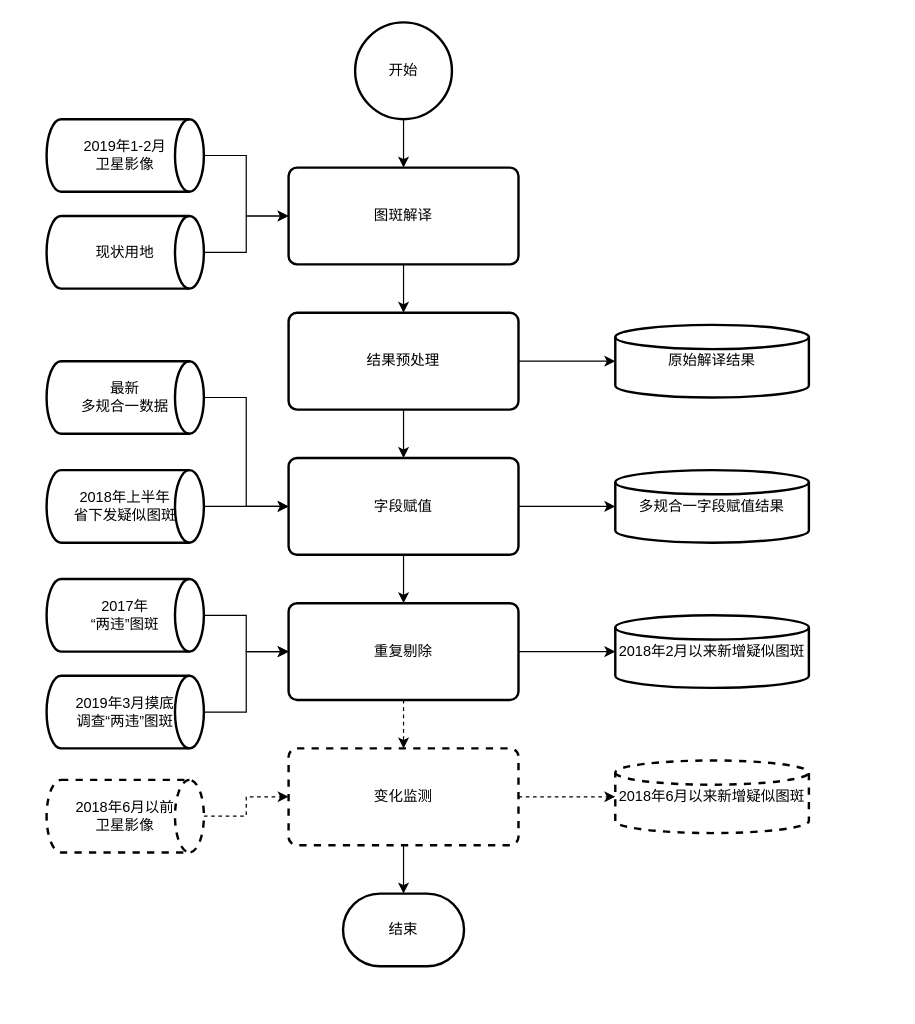
Before: 两违项目遥感产品生产流程.drawio in dorbodwolf/graphs_from_draw.io, a draw.io diagram. Source tidied: cells renumbered, new cells numbered last; positions are measured from the earlier drawing's top-left corner, leaving out a move shared by most shapes. Both pictures are drawn from the tidied source at 121%, with x=0, y=0 at pixel (46, 22).
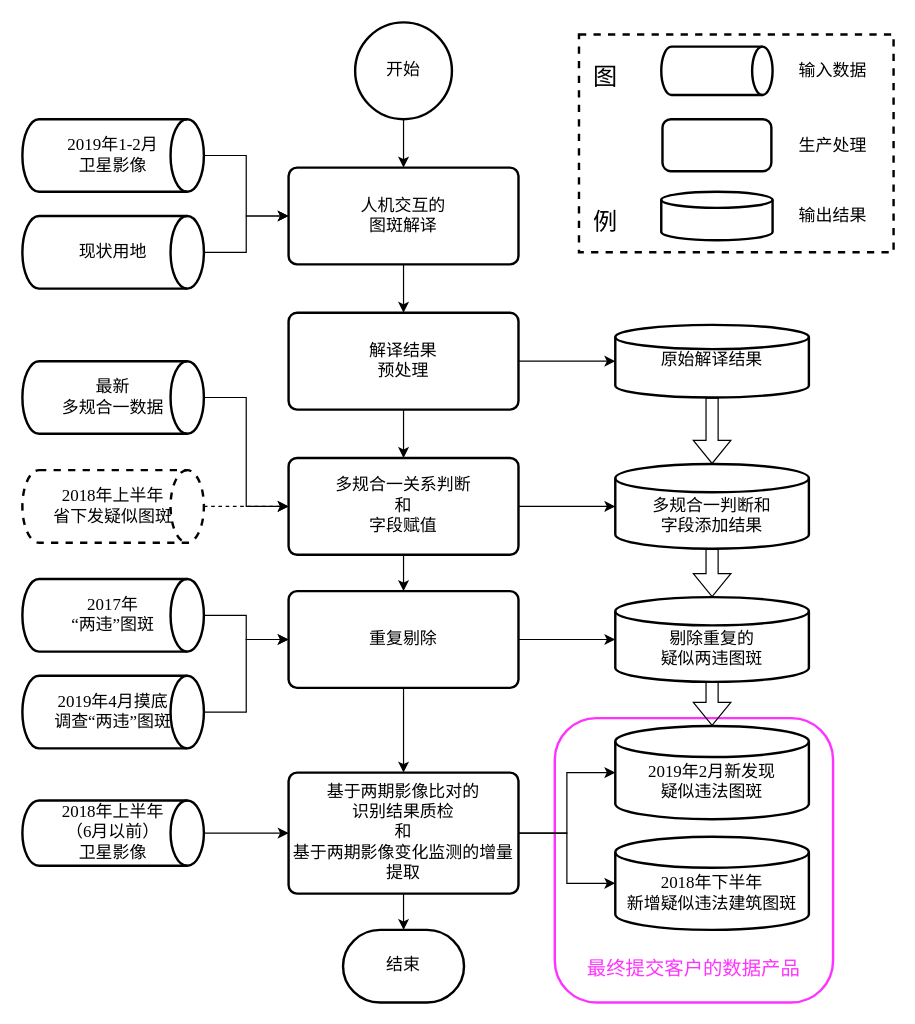
After the change.

Commit message:
Update 两违项目遥感产品生产流程.drawio

The edit, as a diff of the source:
```diff
@@
+    <mxCell id="37" value="&lt;font style=&quot;font-size: 16px&quot; color=&quot;#ff33ff&quot;&gt;&lt;br&gt;&lt;br&gt;&lt;br&gt;&lt;br&gt;&lt;br&gt;&lt;br&gt;&lt;br&gt;&lt;br&gt;&lt;br&gt;最终提交客户的数据产品&lt;/font&gt;" style="rounded=1;whiteSpace=wrap;html=1;fontFamily=Times New Roman;fontSize=14;fillColor=none;strokeColor=#FF33FF;strokeWidth=2;" parent="1" vertex="1">
+      <mxGeometry x="420" y="575" width="230" height="235" as="geometry" />
+    </mxCell>
+    <mxCell id="38" style="rounded=0;whiteSpace=wrap;html=1;strokeWidth=2;fontFamily=Times New Roman;fontSize=14;dashed=1;" parent="1" vertex="1">
+      <mxGeometry x="440" y="10" width="260" height="180" as="geometry" />
+    </mxCell>
-    <mxCell id="2" style="edgeStyle=orthogonalEdgeStyle;rounded=0;jettySize=auto;html=1;" parent="1" edge="1" source="3" target="6">
+    <mxCell id="2" style="edgeStyle=orthogonalEdgeStyle;rounded=0;jettySize=auto;html=1;fontFamily=Times New Roman;fontSize=14;" parent="1" edge="1" source="3" target="6">
       <mxGeometry relative="1" as="geometry" />
     </mxCell>
-    <mxCell id="3" value="图斑解译" style="rounded=1;whiteSpace=wrap;html=1;absoluteArcSize=1;arcSize=14;strokeWidth=2;" parent="1" vertex="1">
+    <mxCell id="3" value="人机交互的&lt;br style=&quot;font-size: 14px;&quot;&gt;图斑解译" style="rounded=1;whiteSpace=wrap;html=1;absoluteArcSize=1;arcSize=14;strokeWidth=2;fontFamily=Times New Roman;fontSize=14;" parent="1" vertex="1">
       <mxGeometry x="200" y="120" width="190" height="80" as="geometry" />
     </mxCell>
-    <mxCell id="4" style="edgeStyle=orthogonalEdgeStyle;rounded=0;jettySize=auto;html=1;" parent="1" edge="1" source="6" target="9">
+    <mxCell id="4" style="edgeStyle=orthogonalEdgeStyle;rounded=0;jettySize=auto;html=1;fontFamily=Times New Roman;fontSize=14;" parent="1" edge="1" source="6" target="9">
       <mxGeometry relative="1" as="geometry" />
     </mxCell>
-    <mxCell id="5" style="edgeStyle=orthogonalEdgeStyle;rounded=0;jettySize=auto;html=1;exitX=1;exitY=0.5;exitDx=0;exitDy=0;entryX=0;entryY=0.5;entryDx=0;entryDy=0;entryPerimeter=0;" parent="1" edge="1" source="6" target="30">
+    <mxCell id="5" style="edgeStyle=orthogonalEdgeStyle;rounded=0;jettySize=auto;html=1;exitX=1;exitY=0.5;exitDx=0;exitDy=0;entryX=0;entryY=0.5;entryDx=0;entryDy=0;entryPerimeter=0;fontFamily=Times New Roman;fontSize=14;" parent="1" edge="1" source="6" target="30">
       <mxGeometry relative="1" as="geometry" />
     </mxCell>
-    <mxCell id="6" value="结果预处理" style="rounded=1;whiteSpace=wrap;html=1;absoluteArcSize=1;arcSize=14;strokeWidth=2;" parent="1" vertex="1">
+    <mxCell id="6" value="解译结果&lt;br style=&quot;font-size: 14px;&quot;&gt;预处理" style="rounded=1;whiteSpace=wrap;html=1;absoluteArcSize=1;arcSize=14;strokeWidth=2;fontFamily=Times New Roman;fontSize=14;" parent="1" vertex="1">
       <mxGeometry x="200" y="240" width="190" height="80" as="geometry" />
     </mxCell>
-    <mxCell id="7" style="edgeStyle=orthogonalEdgeStyle;rounded=0;jettySize=auto;html=1;" parent="1" edge="1" source="9" target="12">
+    <mxCell id="7" style="edgeStyle=orthogonalEdgeStyle;rounded=0;jettySize=auto;html=1;fontFamily=Times New Roman;fontSize=14;" parent="1" edge="1" source="9" target="12">
       <mxGeometry relative="1" as="geometry" />
     </mxCell>
-    <mxCell id="8" style="edgeStyle=orthogonalEdgeStyle;rounded=0;jettySize=auto;html=1;" parent="1" edge="1" source="9">
+    <mxCell id="8" style="edgeStyle=orthogonalEdgeStyle;rounded=0;jettySize=auto;html=1;fontFamily=Times New Roman;fontSize=14;" parent="1" edge="1" source="9">
       <mxGeometry relative="1" as="geometry">
         <mxPoint x="470" y="400" as="targetPoint" />
       </mxGeometry>
     </mxCell>
-    <mxCell id="9" value="字段赋值" style="rounded=1;whiteSpace=wrap;html=1;absoluteArcSize=1;arcSize=14;strokeWidth=2;" parent="1" vertex="1">
+    <mxCell id="9" value="多规合一关系判断&lt;br style=&quot;font-size: 14px;&quot;&gt;和&lt;br style=&quot;font-size: 14px;&quot;&gt;字段赋值" style="rounded=1;whiteSpace=wrap;html=1;absoluteArcSize=1;arcSize=14;strokeWidth=2;fontFamily=Times New Roman;fontSize=14;" parent="1" vertex="1">
       <mxGeometry x="200" y="360" width="190" height="80" as="geometry" />
     </mxCell>
-    <mxCell id="10" style="edgeStyle=orthogonalEdgeStyle;rounded=0;jettySize=auto;html=1;exitX=1;exitY=0.5;exitDx=0;exitDy=0;entryX=0;entryY=0.5;entryDx=0;entryDy=0;entryPerimeter=0;" parent="1" edge="1" source="12" target="31">
+    <mxCell id="10" style="edgeStyle=orthogonalEdgeStyle;rounded=0;jettySize=auto;html=1;exitX=1;exitY=0.5;exitDx=0;exitDy=0;entryX=0;entryY=0.5;entryDx=0;entryDy=0;entryPerimeter=0;fontFamily=Times New Roman;fontSize=14;" parent="1" edge="1" source="12" target="31">
       <mxGeometry relative="1" as="geometry" />
     </mxCell>
-    <mxCell id="11" style="edgeStyle=orthogonalEdgeStyle;rounded=0;jettySize=auto;html=1;dashed=1;" parent="1" edge="1" source="12" target="15">
+    <mxCell id="11" style="edgeStyle=orthogonalEdgeStyle;rounded=0;jettySize=auto;html=1;fontFamily=Times New Roman;fontSize=14;" parent="1" edge="1" source="12" target="15">
       <mxGeometry relative="1" as="geometry" />
     </mxCell>
-    <mxCell id="12" value="重复剔除" style="rounded=1;whiteSpace=wrap;html=1;absoluteArcSize=1;arcSize=14;strokeWidth=2;" parent="1" vertex="1">
-      <mxGeometry x="200" y="480" width="190" height="80" as="geometry" />
+    <mxCell id="12" value="重复剔除" style="rounded=1;whiteSpace=wrap;html=1;absoluteArcSize=1;arcSize=14;strokeWidth=2;fontFamily=Times New Roman;fontSize=14;" parent="1" vertex="1">
+      <mxGeometry x="200" y="470" width="190" height="80" as="geometry" />
     </mxCell>
-    <mxCell id="13" style="edgeStyle=orthogonalEdgeStyle;rounded=0;jettySize=auto;html=1;dashed=1;" parent="1" edge="1" source="15">
-      <mxGeometry relative="1" as="geometry">
-        <mxPoint x="470" y="640" as="targetPoint" />
-      </mxGeometry>
-    </mxCell>
-    <mxCell id="14" style="edgeStyle=orthogonalEdgeStyle;rounded=0;jettySize=auto;html=1;exitX=0.5;exitY=1;exitDx=0;exitDy=0;entryX=0.5;entryY=0;entryDx=0;entryDy=0;entryPerimeter=0;" parent="1" edge="1" source="15" target="35">
+    <mxCell id="14" style="edgeStyle=orthogonalEdgeStyle;rounded=0;jettySize=auto;html=1;exitX=0.5;exitY=1;exitDx=0;exitDy=0;entryX=0.5;entryY=0;entryDx=0;entryDy=0;entryPerimeter=0;fontFamily=Times New Roman;fontSize=14;" parent="1" edge="1" source="15" target="35">
       <mxGeometry relative="1" as="geometry" />
     </mxCell>
+    <mxCell id="39" style="edgeStyle=orthogonalEdgeStyle;rounded=0;jettySize=auto;html=1;exitX=1;exitY=0.5;exitDx=0;exitDy=0;entryX=0;entryY=0.5;entryDx=0;entryDy=0;entryPerimeter=0;fontFamily=Times New Roman;fontSize=14;" parent="1" edge="1" source="15" target="34">
+      <mxGeometry relative="1" as="geometry" />
+    </mxCell>
+    <mxCell id="40" style="edgeStyle=orthogonalEdgeStyle;rounded=0;jettySize=auto;html=1;exitX=1;exitY=0.5;exitDx=0;exitDy=0;entryX=0;entryY=0.5;entryDx=0;entryDy=0;entryPerimeter=0;fontFamily=Times New Roman;fontSize=14;" parent="1" edge="1" source="15" target="44">
+      <mxGeometry relative="1" as="geometry" />
+    </mxCell>
-    <mxCell id="15" value="变化监测" style="rounded=1;whiteSpace=wrap;html=1;absoluteArcSize=1;arcSize=14;strokeWidth=2;dashed=1;" parent="1" vertex="1">
-      <mxGeometry x="200" y="600" width="190" height="80" as="geometry" />
+    <mxCell id="15" value="基于两期影像比对的&lt;br style=&quot;font-size: 14px&quot;&gt;识别结果质检&lt;br style=&quot;font-size: 14px&quot;&gt;和&lt;br style=&quot;font-size: 14px&quot;&gt;基于两期影像变化监测的增量提取&lt;br style=&quot;font-size: 14px&quot;&gt;" style="rounded=1;whiteSpace=wrap;html=1;absoluteArcSize=1;arcSize=14;strokeWidth=2;fontFamily=Times New Roman;fontSize=14;" parent="1" vertex="1">
+      <mxGeometry x="200" y="620" width="190" height="100" as="geometry" />
     </mxCell>
-    <mxCell id="16" style="edgeStyle=orthogonalEdgeStyle;rounded=0;jettySize=auto;html=1;exitX=1;exitY=0.5;exitDx=0;exitDy=0;exitPerimeter=0;entryX=0;entryY=0.5;entryDx=0;entryDy=0;" parent="1" edge="1" source="17" target="3">
+    <mxCell id="16" style="edgeStyle=orthogonalEdgeStyle;rounded=0;jettySize=auto;html=1;exitX=1;exitY=0.5;exitDx=0;exitDy=0;exitPerimeter=0;entryX=0;entryY=0.5;entryDx=0;entryDy=0;fontFamily=Times New Roman;fontSize=14;" parent="1" edge="1" source="17" target="3">
       <mxGeometry relative="1" as="geometry" />
     </mxCell>
-    <mxCell id="17" value="现状用地" style="strokeWidth=2;html=1;shape=mxgraph.flowchart.direct_data;whiteSpace=wrap;" parent="1" vertex="1">
-      <mxGeometry y="160" width="130" height="60" as="geometry" />
+    <mxCell id="17" value="现状用地" style="strokeWidth=2;html=1;shape=mxgraph.flowchart.direct_data;whiteSpace=wrap;fontFamily=Times New Roman;fontSize=14;" parent="1" vertex="1">
+      <mxGeometry x="-20" y="160" width="150" height="60" as="geometry" />
     </mxCell>
-    <mxCell id="18" style="edgeStyle=orthogonalEdgeStyle;rounded=0;jettySize=auto;html=1;exitX=1;exitY=0.5;exitDx=0;exitDy=0;exitPerimeter=0;" parent="1" edge="1" source="19" target="3">
+    <mxCell id="18" style="edgeStyle=orthogonalEdgeStyle;rounded=0;jettySize=auto;html=1;exitX=1;exitY=0.5;exitDx=0;exitDy=0;exitPerimeter=0;fontFamily=Times New Roman;fontSize=14;" parent="1" edge="1" source="19" target="3">
       <mxGeometry relative="1" as="geometry" />
     </mxCell>
-    <mxCell id="19" value="2019年1-2月&lt;br&gt;卫星影像" style="strokeWidth=2;html=1;shape=mxgraph.flowchart.direct_data;whiteSpace=wrap;" parent="1" vertex="1">
-      <mxGeometry y="80" width="130" height="60" as="geometry" />
+    <mxCell id="19" value="2019年1-2月&lt;br style=&quot;font-size: 14px;&quot;&gt;卫星影像" style="strokeWidth=2;html=1;shape=mxgraph.flowchart.direct_data;whiteSpace=wrap;fontFamily=Times New Roman;fontSize=14;" parent="1" vertex="1">
+      <mxGeometry x="-20" y="80" width="150" height="60" as="geometry" />
     </mxCell>
-    <mxCell id="20" style="edgeStyle=orthogonalEdgeStyle;rounded=0;jettySize=auto;html=1;exitX=1;exitY=0.5;exitDx=0;exitDy=0;exitPerimeter=0;entryX=0;entryY=0.5;entryDx=0;entryDy=0;" parent="1" edge="1" source="21" target="9">
+    <mxCell id="20" style="edgeStyle=orthogonalEdgeStyle;rounded=0;jettySize=auto;html=1;exitX=1;exitY=0.5;exitDx=0;exitDy=0;exitPerimeter=0;entryX=0;entryY=0.5;entryDx=0;entryDy=0;fontFamily=Times New Roman;fontSize=14;dashed=1;" parent="1" edge="1" source="21" target="9">
       <mxGeometry relative="1" as="geometry" />
     </mxCell>
-    <mxCell id="21" value="2018年上半年&lt;br&gt;省下发疑似图斑&lt;br&gt;" style="strokeWidth=2;html=1;shape=mxgraph.flowchart.direct_data;whiteSpace=wrap;" parent="1" vertex="1">
-      <mxGeometry y="370" width="130" height="60" as="geometry" />
+    <mxCell id="21" value="2018年上半年&lt;br style=&quot;font-size: 14px;&quot;&gt;省下发疑似图斑&lt;br style=&quot;font-size: 14px;&quot;&gt;" style="strokeWidth=2;html=1;shape=mxgraph.flowchart.direct_data;whiteSpace=wrap;fontFamily=Times New Roman;fontSize=14;dashed=1;" parent="1" vertex="1">
+      <mxGeometry x="-20" y="370" width="150" height="60" as="geometry" />
     </mxCell>
-    <mxCell id="22" style="edgeStyle=orthogonalEdgeStyle;rounded=0;jettySize=auto;html=1;exitX=0.5;exitY=1;exitDx=0;exitDy=0;exitPerimeter=0;entryX=0.5;entryY=0;entryDx=0;entryDy=0;" parent="1" edge="1" source="23" target="3">
+    <mxCell id="22" style="edgeStyle=orthogonalEdgeStyle;rounded=0;jettySize=auto;html=1;exitX=0.5;exitY=1;exitDx=0;exitDy=0;exitPerimeter=0;entryX=0.5;entryY=0;entryDx=0;entryDy=0;fontFamily=Times New Roman;fontSize=14;" parent="1" edge="1" source="23" target="3">
       <mxGeometry relative="1" as="geometry" />
     </mxCell>
-    <mxCell id="23" value="开始" style="strokeWidth=2;html=1;shape=mxgraph.flowchart.start_2;whiteSpace=wrap;" parent="1" vertex="1">
+    <mxCell id="23" value="开始" style="strokeWidth=2;html=1;shape=mxgraph.flowchart.start_2;whiteSpace=wrap;fontFamily=Times New Roman;fontSize=14;" parent="1" vertex="1">
       <mxGeometry x="255" width="80" height="80" as="geometry" />
     </mxCell>
-    <mxCell id="24" style="edgeStyle=orthogonalEdgeStyle;rounded=0;jettySize=auto;html=1;exitX=1;exitY=0.5;exitDx=0;exitDy=0;exitPerimeter=0;" parent="1" edge="1" source="25" target="12">
+    <mxCell id="24" style="edgeStyle=orthogonalEdgeStyle;rounded=0;jettySize=auto;html=1;exitX=1;exitY=0.5;exitDx=0;exitDy=0;exitPerimeter=0;fontFamily=Times New Roman;fontSize=14;" parent="1" edge="1" source="25" target="12">
       <mxGeometry relative="1" as="geometry" />
     </mxCell>
-    <mxCell id="25" value="2017年&lt;br&gt;“两违”图斑&lt;br&gt;" style="strokeWidth=2;html=1;shape=mxgraph.flowchart.direct_data;whiteSpace=wrap;" parent="1" vertex="1">
-      <mxGeometry y="460" width="130" height="60" as="geometry" />
+    <mxCell id="25" value="2017年&lt;br style=&quot;font-size: 14px;&quot;&gt;“两违”图斑&lt;br style=&quot;font-size: 14px;&quot;&gt;" style="strokeWidth=2;html=1;shape=mxgraph.flowchart.direct_data;whiteSpace=wrap;fontFamily=Times New Roman;fontSize=14;" parent="1" vertex="1">
+      <mxGeometry x="-20" y="460" width="150" height="60" as="geometry" />
     </mxCell>
-    <mxCell id="26" style="edgeStyle=orthogonalEdgeStyle;rounded=0;jettySize=auto;html=1;exitX=1;exitY=0.5;exitDx=0;exitDy=0;exitPerimeter=0;entryX=0;entryY=0.5;entryDx=0;entryDy=0;" parent="1" edge="1" source="27" target="12">
+    <mxCell id="26" style="edgeStyle=orthogonalEdgeStyle;rounded=0;jettySize=auto;html=1;exitX=1;exitY=0.5;exitDx=0;exitDy=0;exitPerimeter=0;entryX=0;entryY=0.5;entryDx=0;entryDy=0;fontFamily=Times New Roman;fontSize=14;" parent="1" edge="1" source="27" target="12">
       <mxGeometry relative="1" as="geometry" />
     </mxCell>
-    <mxCell id="27" value="2019年3月摸底&lt;br&gt;调查“两违”图斑&lt;br&gt;" style="strokeWidth=2;html=1;shape=mxgraph.flowchart.direct_data;whiteSpace=wrap;" parent="1" vertex="1">
-      <mxGeometry y="540" width="130" height="60" as="geometry" />
+    <mxCell id="27" value="2019年4月摸底&lt;br style=&quot;font-size: 14px&quot;&gt;调查“两违”图斑&lt;br style=&quot;font-size: 14px&quot;&gt;" style="strokeWidth=2;html=1;shape=mxgraph.flowchart.direct_data;whiteSpace=wrap;fontFamily=Times New Roman;fontSize=14;" parent="1" vertex="1">
+      <mxGeometry x="-20" y="540" width="150" height="60" as="geometry" />
     </mxCell>
-    <mxCell id="28" style="edgeStyle=orthogonalEdgeStyle;rounded=0;jettySize=auto;html=1;exitX=1;exitY=0.5;exitDx=0;exitDy=0;exitPerimeter=0;entryX=0;entryY=0.5;entryDx=0;entryDy=0;" parent="1" edge="1" source="29" target="9">
+    <mxCell id="28" style="edgeStyle=orthogonalEdgeStyle;rounded=0;jettySize=auto;html=1;exitX=1;exitY=0.5;exitDx=0;exitDy=0;exitPerimeter=0;entryX=0;entryY=0.5;entryDx=0;entryDy=0;fontFamily=Times New Roman;fontSize=14;" parent="1" edge="1" source="29" target="9">
       <mxGeometry relative="1" as="geometry" />
     </mxCell>
-    <mxCell id="29" value="最新&lt;br&gt;多规合一数据" style="strokeWidth=2;html=1;shape=mxgraph.flowchart.direct_data;whiteSpace=wrap;" parent="1" vertex="1">
-      <mxGeometry y="280" width="130" height="60" as="geometry" />
+    <mxCell id="29" value="最新&lt;br style=&quot;font-size: 14px;&quot;&gt;多规合一数据" style="strokeWidth=2;html=1;shape=mxgraph.flowchart.direct_data;whiteSpace=wrap;fontFamily=Times New Roman;fontSize=14;" parent="1" vertex="1">
+      <mxGeometry x="-20" y="280" width="150" height="60" as="geometry" />
     </mxCell>
+    <mxCell id="41" style="edgeStyle=orthogonalEdgeStyle;rounded=0;jettySize=auto;html=1;exitX=0.5;exitY=1;exitDx=0;exitDy=0;exitPerimeter=0;entryX=0.5;entryY=0;entryDx=0;entryDy=0;entryPerimeter=0;fontFamily=Times New Roman;fontSize=14;shape=flexArrow;" parent="1" edge="1" source="30" target="36">
+      <mxGeometry relative="1" as="geometry" />
+    </mxCell>
-    <mxCell id="30" value="原始解译结果" style="strokeWidth=2;html=1;shape=mxgraph.flowchart.database;whiteSpace=wrap;" parent="1" vertex="1">
+    <mxCell id="30" value="原始解译结果" style="strokeWidth=2;html=1;shape=mxgraph.flowchart.database;whiteSpace=wrap;fontFamily=Times New Roman;fontSize=14;" parent="1" vertex="1">
       <mxGeometry x="470" y="250" width="160" height="60" as="geometry" />
     </mxCell>
+    <mxCell id="42" style="edgeStyle=orthogonalEdgeStyle;shape=flexArrow;rounded=0;jettySize=auto;html=1;exitX=0.5;exitY=1;exitDx=0;exitDy=0;exitPerimeter=0;entryX=0.5;entryY=0;entryDx=0;entryDy=0;entryPerimeter=0;fontFamily=Times New Roman;fontSize=14;" parent="1" edge="1" source="31" target="44">
+      <mxGeometry relative="1" as="geometry" />
+    </mxCell>
-    <mxCell id="31" value="2018年2月以来新增疑似图斑" style="strokeWidth=2;html=1;shape=mxgraph.flowchart.database;whiteSpace=wrap;" parent="1" vertex="1">
-      <mxGeometry x="470" y="490" width="160" height="60" as="geometry" />
+    <mxCell id="31" value="&lt;br style=&quot;font-size: 14px;&quot;&gt;剔除重复的&lt;br style=&quot;font-size: 14px;&quot;&gt;疑似两违图斑" style="strokeWidth=2;html=1;shape=mxgraph.flowchart.database;whiteSpace=wrap;fontFamily=Times New Roman;fontSize=14;" parent="1" vertex="1">
+      <mxGeometry x="470" y="475" width="160" height="70" as="geometry" />
     </mxCell>
-    <mxCell id="32" style="edgeStyle=orthogonalEdgeStyle;rounded=0;jettySize=auto;html=1;exitX=1;exitY=0.5;exitDx=0;exitDy=0;exitPerimeter=0;entryX=0;entryY=0.5;entryDx=0;entryDy=0;dashed=1;" parent="1" edge="1" source="33" target="15">
+    <mxCell id="32" style="edgeStyle=orthogonalEdgeStyle;rounded=0;jettySize=auto;html=1;exitX=1;exitY=0.5;exitDx=0;exitDy=0;exitPerimeter=0;entryX=0;entryY=0.5;entryDx=0;entryDy=0;fontFamily=Times New Roman;fontSize=14;" parent="1" edge="1" source="33" target="15">
       <mxGeometry relative="1" as="geometry" />
     </mxCell>
-    <mxCell id="33" value="2018年6月以前&lt;br&gt;卫星影像&lt;br&gt;" style="strokeWidth=2;html=1;shape=mxgraph.flowchart.direct_data;whiteSpace=wrap;dashed=1;" parent="1" vertex="1">
-      <mxGeometry y="626" width="130" height="60" as="geometry" />
+    <mxCell id="33" value="2018年上半年&lt;br&gt;（6月以前）&lt;br style=&quot;font-size: 14px&quot;&gt;卫星影像&lt;br style=&quot;font-size: 14px&quot;&gt;" style="strokeWidth=2;html=1;shape=mxgraph.flowchart.direct_data;whiteSpace=wrap;fontFamily=Times New Roman;fontSize=14;" parent="1" vertex="1">
+      <mxGeometry x="-20" y="643" width="150" height="54" as="geometry" />
     </mxCell>
-    <mxCell id="34" value="2018年6月以来新增疑似图斑" style="strokeWidth=2;html=1;shape=mxgraph.flowchart.database;whiteSpace=wrap;dashed=1;" parent="1" vertex="1">
-      <mxGeometry x="470" y="610" width="160" height="60" as="geometry" />
+    <mxCell id="34" value="&lt;br&gt;2018年下半年&lt;br&gt;新增疑似违法建筑图斑" style="strokeWidth=2;html=1;shape=mxgraph.flowchart.database;whiteSpace=wrap;fontFamily=Times New Roman;fontSize=14;" parent="1" vertex="1">
+      <mxGeometry x="470" y="673" width="160" height="77" as="geometry" />
     </mxCell>
-    <mxCell id="35" value="结束" style="strokeWidth=2;html=1;shape=mxgraph.flowchart.terminator;whiteSpace=wrap;" parent="1" vertex="1">
-      <mxGeometry x="245" y="720" width="100" height="60" as="geometry" />
+    <mxCell id="35" value="结束" style="strokeWidth=2;html=1;shape=mxgraph.flowchart.terminator;whiteSpace=wrap;fontFamily=Times New Roman;fontSize=14;" parent="1" vertex="1">
+      <mxGeometry x="245" y="750" width="100" height="60" as="geometry" />
     </mxCell>
+    <mxCell id="43" style="edgeStyle=orthogonalEdgeStyle;shape=flexArrow;rounded=0;jettySize=auto;html=1;exitX=0.5;exitY=1;exitDx=0;exitDy=0;exitPerimeter=0;entryX=0.5;entryY=0;entryDx=0;entryDy=0;entryPerimeter=0;fontFamily=Times New Roman;fontSize=14;" parent="1" edge="1" source="36" target="31">
+      <mxGeometry relative="1" as="geometry" />
+    </mxCell>
-    <mxCell id="36" value="多规合一字段赋值结果" style="strokeWidth=2;html=1;shape=mxgraph.flowchart.database;whiteSpace=wrap;" parent="1" vertex="1">
-      <mxGeometry x="470" y="370" width="160" height="60" as="geometry" />
+    <mxCell id="36" value="&lt;br style=&quot;font-size: 14px;&quot;&gt;多规合一判断和&lt;br style=&quot;font-size: 14px;&quot;&gt;字段添加结果" style="strokeWidth=2;html=1;shape=mxgraph.flowchart.database;whiteSpace=wrap;fontFamily=Times New Roman;fontSize=14;" parent="1" vertex="1">
+      <mxGeometry x="470" y="365" width="160" height="70" as="geometry" />
     </mxCell>
+    <mxCell id="44" value="&lt;br&gt;2019年2月新发现&lt;br&gt;疑似违法图斑&lt;br&gt;" style="strokeWidth=2;html=1;shape=mxgraph.flowchart.database;whiteSpace=wrap;fontFamily=Times New Roman;fontSize=14;" parent="1" vertex="1">
+      <mxGeometry x="470" y="581.5" width="160" height="77" as="geometry" />
+    </mxCell>
+    <mxCell id="45" value="&lt;font style=&quot;font-size: 20px&quot;&gt;图&lt;br&gt;&lt;br&gt;&lt;br&gt;&lt;br&gt;&lt;br&gt;例&lt;/font&gt;" style="text;html=1;align=left;verticalAlign=top;spacingTop=-4;fontSize=14;fontFamily=Times New Roman;" parent="1" vertex="1">
+      <mxGeometry x="450" y="30" width="40" height="120" as="geometry" />
+    </mxCell>
+    <mxCell id="46" style="strokeWidth=2;html=1;shape=mxgraph.flowchart.direct_data;whiteSpace=wrap;fontFamily=Times New Roman;fontSize=14;" parent="1" vertex="1">
+      <mxGeometry x="508" y="20" width="92" height="40" as="geometry" />
+    </mxCell>
+    <mxCell id="47" value="输入数据&lt;br&gt;" style="text;html=1;align=left;verticalAlign=top;spacingTop=-4;fontSize=14;fontFamily=Times New Roman;" parent="1" vertex="1">
+      <mxGeometry x="620" y="30" width="70" height="20" as="geometry" />
+    </mxCell>
+    <mxCell id="48" style="rounded=1;whiteSpace=wrap;html=1;absoluteArcSize=1;arcSize=14;strokeWidth=2;fontFamily=Times New Roman;fontSize=14;" parent="1" vertex="1">
+      <mxGeometry x="509" y="80" width="90" height="43" as="geometry" />
+    </mxCell>
+    <mxCell id="49" value="生产处理&lt;br&gt;" style="text;html=1;align=left;verticalAlign=top;spacingTop=-4;fontSize=14;fontFamily=Times New Roman;" parent="1" vertex="1">
+      <mxGeometry x="620" y="91.5" width="70" height="20" as="geometry" />
+    </mxCell>
+    <mxCell id="50" style="strokeWidth=2;html=1;shape=mxgraph.flowchart.database;whiteSpace=wrap;fontFamily=Times New Roman;fontSize=14;" parent="1" vertex="1">
+      <mxGeometry x="508" y="140" width="92" height="40" as="geometry" />
+    </mxCell>
+    <mxCell id="51" value="输出结果" style="text;html=1;align=left;verticalAlign=top;spacingTop=-4;fontSize=14;fontFamily=Times New Roman;" parent="1" vertex="1">
+      <mxGeometry x="620" y="150" width="70" height="20" as="geometry" />
+    </mxCell>
```
